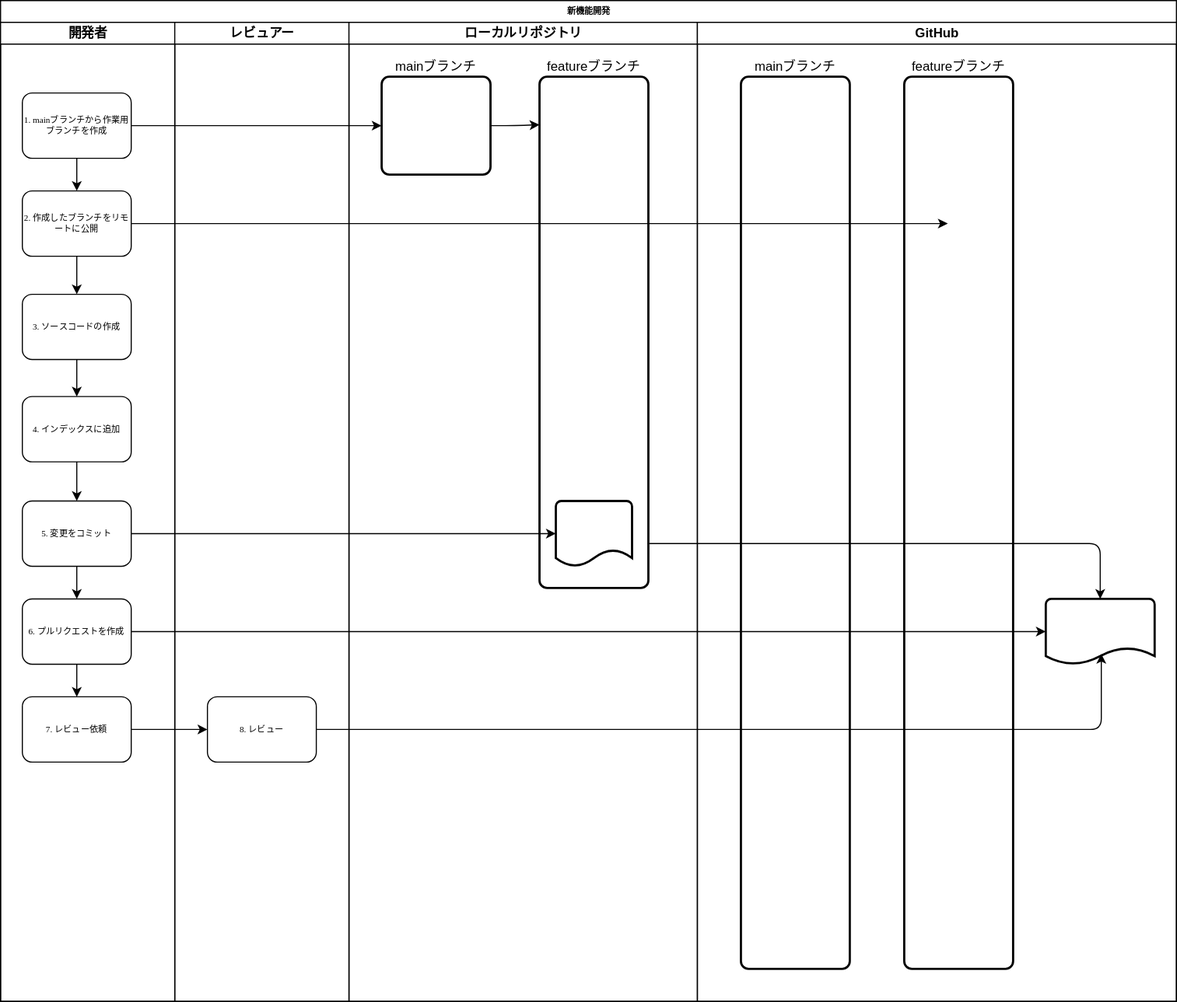
Before: docs/docs/images/github-workflow-1.drawio.svg, a diagram exported from draw.io (manmaru-okome/github-usage-documents). Source tidied: cells renumbered, new cells last; positions are measured from the earlier drawing's top-left corner, leaving out a move shared by most shapes.
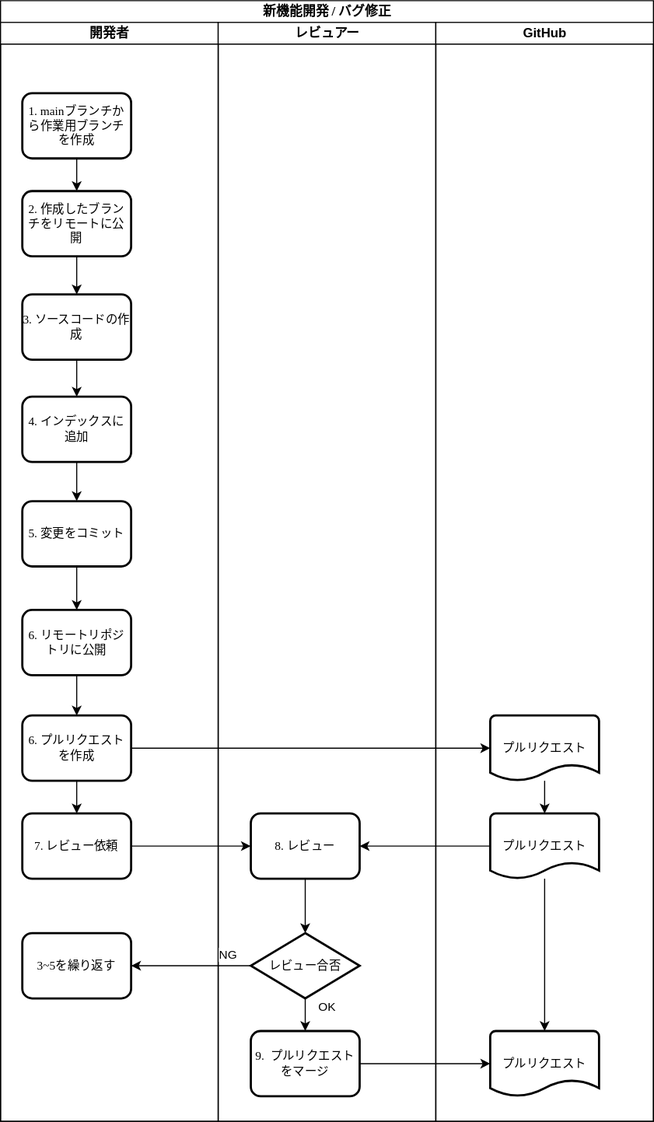
Above is the later version.

The edit, as a diff of the source:
```diff
@@ -2,114 +2,120 @@
   <root>
     <mxCell id="0" />
     <mxCell id="1" parent="0" />
-    <mxCell id="2" value="新機能開発" style="swimlane;html=1;startSize=20;rounded=0;shadow=0;labelBackgroundColor=none;strokeWidth=1;fontFamily=Verdana;fontSize=8;align=center;" parent="1" vertex="1">
-      <mxGeometry width="1080" height="920" as="geometry" />
+    <mxCell id="2" value="新機能開発 / バグ修正" style="swimlane;html=1;startSize=20;rounded=0;shadow=0;labelBackgroundColor=none;strokeWidth=1;fontFamily=Verdana;fontSize=12;align=center;" parent="1" vertex="1">
+      <mxGeometry width="600" height="1030" as="geometry" />
     </mxCell>
     <mxCell id="3" value="開発者" style="swimlane;html=1;startSize=20;" parent="2" vertex="1">
-      <mxGeometry y="20" width="160" height="900" as="geometry" />
+      <mxGeometry y="20" width="200" height="1010" as="geometry" />
     </mxCell>
     <mxCell id="4" style="edgeStyle=orthogonalEdgeStyle;html=1;exitX=0.5;exitY=1;exitDx=0;exitDy=0;entryX=0.5;entryY=0;entryDx=0;entryDy=0;" parent="3" edge="1" source="5" target="7">
       <mxGeometry relative="1" as="geometry" />
     </mxCell>
-    <mxCell id="5" value="1. mainブランチから作業用ブランチを作成" style="rounded=1;whiteSpace=wrap;html=1;shadow=0;labelBackgroundColor=none;strokeWidth=1;fontFamily=Verdana;fontSize=8;align=center;" parent="3" vertex="1">
+    <mxCell id="5" value="1. mainブランチから作業用ブランチを作成" style="rounded=1;whiteSpace=wrap;html=1;shadow=0;labelBackgroundColor=none;strokeWidth=2;fontFamily=Verdana;fontSize=11;align=center;" parent="3" vertex="1">
       <mxGeometry x="20" y="65" width="100" height="60" as="geometry" />
     </mxCell>
     <mxCell id="6" style="edgeStyle=orthogonalEdgeStyle;html=1;exitX=0.5;exitY=1;exitDx=0;exitDy=0;entryX=0.5;entryY=0;entryDx=0;entryDy=0;" parent="3" edge="1" source="7" target="9">
       <mxGeometry relative="1" as="geometry" />
     </mxCell>
-    <mxCell id="7" value="2. 作成したブランチをリモートに公開" style="rounded=1;whiteSpace=wrap;html=1;shadow=0;labelBackgroundColor=none;strokeWidth=1;fontFamily=Verdana;fontSize=8;align=center;" parent="3" vertex="1">
+    <mxCell id="7" value="2. 作成したブランチをリモートに公開" style="rounded=1;whiteSpace=wrap;html=1;shadow=0;labelBackgroundColor=none;strokeWidth=2;fontFamily=Verdana;fontSize=11;align=center;" parent="3" vertex="1">
       <mxGeometry x="20" y="155" width="100" height="60" as="geometry" />
     </mxCell>
     <mxCell id="8" style="edgeStyle=orthogonalEdgeStyle;html=1;exitX=0.5;exitY=1;exitDx=0;exitDy=0;entryX=0.5;entryY=0;entryDx=0;entryDy=0;" parent="3" edge="1" source="9" target="11">
       <mxGeometry relative="1" as="geometry" />
     </mxCell>
-    <mxCell id="9" value="3. ソースコードの作成" style="rounded=1;whiteSpace=wrap;html=1;shadow=0;labelBackgroundColor=none;strokeWidth=1;fontFamily=Verdana;fontSize=8;align=center;" parent="3" vertex="1">
+    <mxCell id="9" value="3. ソースコードの作成" style="rounded=1;whiteSpace=wrap;html=1;shadow=0;labelBackgroundColor=none;strokeWidth=2;fontFamily=Verdana;fontSize=11;align=center;" parent="3" vertex="1">
       <mxGeometry x="20" y="250" width="100" height="60" as="geometry" />
     </mxCell>
     <mxCell id="10" style="edgeStyle=orthogonalEdgeStyle;html=1;exitX=0.5;exitY=1;exitDx=0;exitDy=0;entryX=0.5;entryY=0;entryDx=0;entryDy=0;" parent="3" edge="1" source="11" target="13">
       <mxGeometry relative="1" as="geometry" />
     </mxCell>
-    <mxCell id="11" value="4. インデックスに追加" style="rounded=1;whiteSpace=wrap;html=1;shadow=0;labelBackgroundColor=none;strokeWidth=1;fontFamily=Verdana;fontSize=8;align=center;" parent="3" vertex="1">
+    <mxCell id="11" value="4. インデックスに追加" style="rounded=1;whiteSpace=wrap;html=1;shadow=0;labelBackgroundColor=none;strokeWidth=2;fontFamily=Verdana;fontSize=11;align=center;" parent="3" vertex="1">
       <mxGeometry x="20" y="344" width="100" height="60" as="geometry" />
     </mxCell>
-    <mxCell id="12" style="edgeStyle=orthogonalEdgeStyle;html=1;exitX=0.5;exitY=1;exitDx=0;exitDy=0;entryX=0.5;entryY=0;entryDx=0;entryDy=0;" parent="3" edge="1" source="13" target="15">
-      <mxGeometry relative="1" as="geometry" />
-    </mxCell>
+    <mxCell id="37" style="edgeStyle=none;html=1;exitX=0.5;exitY=1;exitDx=0;exitDy=0;entryX=0.5;entryY=0;entryDx=0;entryDy=0;fontSize=11;" parent="3" edge="1" source="13" target="40">
+      <mxGeometry relative="1" as="geometry" />
+    </mxCell>
-    <mxCell id="13" value="5. 変更をコミット" style="rounded=1;whiteSpace=wrap;html=1;shadow=0;labelBackgroundColor=none;strokeWidth=1;fontFamily=Verdana;fontSize=8;align=center;" parent="3" vertex="1">
+    <mxCell id="13" value="5. 変更をコミット" style="rounded=1;whiteSpace=wrap;html=1;shadow=0;labelBackgroundColor=none;strokeWidth=2;fontFamily=Verdana;fontSize=11;align=center;" parent="3" vertex="1">
       <mxGeometry x="20" y="440" width="100" height="60" as="geometry" />
     </mxCell>
     <mxCell id="14" style="edgeStyle=orthogonalEdgeStyle;html=1;exitX=0.5;exitY=1;exitDx=0;exitDy=0;" parent="3" edge="1" source="15" target="16">
       <mxGeometry relative="1" as="geometry" />
     </mxCell>
-    <mxCell id="15" value="6. プルリクエストを作成" style="rounded=1;whiteSpace=wrap;html=1;shadow=0;labelBackgroundColor=none;strokeWidth=1;fontFamily=Verdana;fontSize=8;align=center;" parent="3" vertex="1">
-      <mxGeometry x="20" y="530" width="100" height="60" as="geometry" />
+    <mxCell id="15" value="6. プルリクエストを作成" style="rounded=1;whiteSpace=wrap;html=1;shadow=0;labelBackgroundColor=none;strokeWidth=2;fontFamily=Verdana;fontSize=11;align=center;" parent="3" vertex="1">
+      <mxGeometry x="20" y="637" width="100" height="60" as="geometry" />
     </mxCell>
-    <mxCell id="16" value="7. レビュー依頼" style="rounded=1;whiteSpace=wrap;html=1;shadow=0;labelBackgroundColor=none;strokeWidth=1;fontFamily=Verdana;fontSize=8;align=center;" parent="3" vertex="1">
-      <mxGeometry x="20" y="620" width="100" height="60" as="geometry" />
+    <mxCell id="16" value="7. レビュー依頼" style="rounded=1;whiteSpace=wrap;html=1;shadow=0;labelBackgroundColor=none;strokeWidth=2;fontFamily=Verdana;fontSize=11;align=center;" parent="3" vertex="1">
+      <mxGeometry x="20" y="727" width="100" height="60" as="geometry" />
     </mxCell>
+    <mxCell id="38" value="3~5を繰り返す" style="rounded=1;whiteSpace=wrap;html=1;shadow=0;labelBackgroundColor=none;strokeWidth=2;fontFamily=Verdana;fontSize=11;align=center;" parent="3" vertex="1">
+      <mxGeometry x="20" y="837" width="100" height="60" as="geometry" />
+    </mxCell>
+    <mxCell id="39" style="edgeStyle=none;html=1;exitX=0.5;exitY=1;exitDx=0;exitDy=0;entryX=0.5;entryY=0;entryDx=0;entryDy=0;fontSize=11;" parent="3" edge="1" source="40" target="15">
+      <mxGeometry relative="1" as="geometry" />
+    </mxCell>
+    <mxCell id="40" value="6. リモートリポジトリに公開" style="rounded=1;whiteSpace=wrap;html=1;shadow=0;labelBackgroundColor=none;strokeWidth=2;fontFamily=Verdana;fontSize=11;align=center;" parent="3" vertex="1">
+      <mxGeometry x="20" y="540" width="100" height="60" as="geometry" />
+    </mxCell>
     <mxCell id="17" value="レビュアー" style="swimlane;html=1;startSize=20;" parent="2" vertex="1">
-      <mxGeometry x="160" y="20" width="160" height="900" as="geometry" />
+      <mxGeometry x="200" y="20" width="200" height="1010" as="geometry" />
     </mxCell>
+    <mxCell id="41" style="edgeStyle=none;html=1;exitX=0.5;exitY=1;exitDx=0;exitDy=0;entryX=0.5;entryY=0;entryDx=0;entryDy=0;entryPerimeter=0;fontSize=8;" parent="17" edge="1" source="18" target="44">
+      <mxGeometry relative="1" as="geometry" />
+    </mxCell>
-    <mxCell id="18" value="8. レビュー" style="rounded=1;whiteSpace=wrap;html=1;shadow=0;labelBackgroundColor=none;strokeWidth=1;fontFamily=Verdana;fontSize=8;align=center;" parent="17" vertex="1">
-      <mxGeometry x="30" y="620" width="100" height="60" as="geometry" />
+    <mxCell id="18" value="8. レビュー" style="rounded=1;whiteSpace=wrap;html=1;shadow=0;labelBackgroundColor=none;strokeWidth=2;fontFamily=Verdana;fontSize=11;align=center;" parent="17" vertex="1">
+      <mxGeometry x="30" y="727" width="100" height="60" as="geometry" />
     </mxCell>
+    <mxCell id="42" style="edgeStyle=none;html=1;exitX=0.5;exitY=1;exitDx=0;exitDy=0;exitPerimeter=0;entryX=0.5;entryY=0;entryDx=0;entryDy=0;fontSize=8;" parent="17" edge="1" source="44" target="45">
+      <mxGeometry relative="1" as="geometry" />
+    </mxCell>
+    <mxCell id="43" value="OK" style="edgeLabel;html=1;align=center;verticalAlign=middle;fontSize=11;" parent="42" vertex="1">
+      <mxGeometry x="-0.53" y="1" relative="1" as="geometry">
+        <mxPoint x="19" as="offset" />
+      </mxGeometry>
+    </mxCell>
+    <mxCell id="44" value="レビュー合否" style="strokeWidth=2;html=1;shape=mxgraph.flowchart.decision;whiteSpace=wrap;fontSize=11;" parent="17" vertex="1">
+      <mxGeometry x="30" y="837" width="100" height="60" as="geometry" />
+    </mxCell>
+    <mxCell id="45" value="9.&amp;nbsp; プルリクエストをマージ" style="rounded=1;whiteSpace=wrap;html=1;shadow=0;labelBackgroundColor=none;strokeWidth=2;fontFamily=Verdana;fontSize=11;align=center;" parent="17" vertex="1">
+      <mxGeometry x="30" y="927" width="100" height="60" as="geometry" />
+    </mxCell>
-    <mxCell id="19" value="ローカルリポジトリ" style="swimlane;html=1;startSize=20;" parent="2" vertex="1">
-      <mxGeometry x="320" y="20" width="320" height="900" as="geometry" />
+    <mxCell id="19" value="GitHub" style="swimlane;html=1;startSize=20;" parent="2" vertex="1">
+      <mxGeometry x="400" y="20" width="200" height="1010" as="geometry" />
     </mxCell>
-    <mxCell id="20" style="strokeWidth=2;html=1;shape=mxgraph.flowchart.database;whiteSpace=wrap;" parent="19" vertex="1">
-      <mxGeometry x="60" y="65" width="60" height="60" as="geometry" />
-    </mxCell>
-    <mxCell id="21" style="strokeWidth=2;html=1;shape=mxgraph.flowchart.database;whiteSpace=wrap;" parent="19" vertex="1">
-      <mxGeometry x="195" y="440" width="60" height="60" as="geometry" />
-    </mxCell>
-    <mxCell id="22" value="mainブランチ" style="rounded=1;whiteSpace=wrap;html=1;absoluteArcSize=1;arcSize=14;strokeWidth=2;labelPosition=center;verticalLabelPosition=top;align=center;verticalAlign=bottom;" parent="19" vertex="1">
-      <mxGeometry x="30" y="50" width="100" height="90" as="geometry" />
-    </mxCell>
-    <mxCell id="23" value="featureブランチ" style="rounded=1;whiteSpace=wrap;html=1;absoluteArcSize=1;arcSize=14;strokeWidth=2;labelPosition=center;verticalLabelPosition=top;align=center;verticalAlign=bottom;" parent="19" vertex="1">
-      <mxGeometry x="175" y="50" width="100" height="470" as="geometry" />
-    </mxCell>
-    <mxCell id="24" style="edgeStyle=orthogonalEdgeStyle;html=1;exitX=1;exitY=0.5;exitDx=0;exitDy=0;entryX=0;entryY=0.094;entryDx=0;entryDy=0;entryPerimeter=0;" parent="19" edge="1" source="22" target="23">
-      <mxGeometry relative="1" as="geometry" />
-    </mxCell>
-    <mxCell id="25" style="strokeWidth=2;html=1;shape=mxgraph.flowchart.document2;whiteSpace=wrap;size=0.25;" parent="19" vertex="1">
-      <mxGeometry x="190" y="440" width="70" height="60" as="geometry" />
-    </mxCell>
-    <mxCell id="26" value="GitHub" style="swimlane;html=1;startSize=20;" parent="2" vertex="1">
-      <mxGeometry x="640" y="20" width="440" height="900" as="geometry" />
-    </mxCell>
+    <mxCell id="46" style="edgeStyle=none;html=1;entryX=0.5;entryY=0;entryDx=0;entryDy=0;entryPerimeter=0;fontSize=8;" parent="19" edge="1" source="27" target="49">
+      <mxGeometry relative="1" as="geometry" />
+    </mxCell>
-    <mxCell id="27" style="strokeWidth=2;html=1;shape=mxgraph.flowchart.document2;whiteSpace=wrap;size=0.25;" parent="26" vertex="1">
-      <mxGeometry x="320" y="530" width="100" height="60" as="geometry" />
+    <mxCell id="27" value="プルリクエスト" style="strokeWidth=2;html=1;shape=mxgraph.flowchart.document2;whiteSpace=wrap;size=0.25;fontSize=11;" parent="19" vertex="1">
+      <mxGeometry x="50" y="637" width="100" height="60" as="geometry" />
     </mxCell>
-    <mxCell id="28" value="mainブランチ" style="rounded=1;whiteSpace=wrap;html=1;absoluteArcSize=1;arcSize=14;strokeWidth=2;labelPosition=center;verticalLabelPosition=top;align=center;verticalAlign=bottom;" parent="26" vertex="1">
-      <mxGeometry x="40" y="50" width="100" height="820" as="geometry" />
-    </mxCell>
-    <mxCell id="29" value="featureブランチ" style="rounded=1;whiteSpace=wrap;html=1;absoluteArcSize=1;arcSize=14;strokeWidth=2;labelPosition=center;verticalLabelPosition=top;align=center;verticalAlign=bottom;" parent="26" vertex="1">
-      <mxGeometry x="190" y="50" width="100" height="820" as="geometry" />
-    </mxCell>
-    <mxCell id="30" style="edgeStyle=none;html=1;exitX=1;exitY=0.5;exitDx=0;exitDy=0;entryX=0;entryY=0.5;entryDx=0;entryDy=0;entryPerimeter=0;" parent="2" edge="1" source="7">
-      <mxGeometry relative="1" as="geometry">
-        <mxPoint x="870" y="205" as="targetPoint" />
-      </mxGeometry>
-    </mxCell>
-    <mxCell id="31" style="edgeStyle=orthogonalEdgeStyle;html=1;exitX=1;exitY=0.5;exitDx=0;exitDy=0;" parent="2" edge="1" source="13">
-      <mxGeometry relative="1" as="geometry">
-        <mxPoint x="510" y="490" as="targetPoint" />
-      </mxGeometry>
-    </mxCell>
+    <mxCell id="47" value="プルリクエスト" style="strokeWidth=2;html=1;shape=mxgraph.flowchart.document2;whiteSpace=wrap;size=0.25;fontSize=11;" parent="19" vertex="1">
+      <mxGeometry x="50" y="927" width="100" height="60" as="geometry" />
+    </mxCell>
+    <mxCell id="48" style="edgeStyle=none;html=1;entryX=0.5;entryY=0;entryDx=0;entryDy=0;entryPerimeter=0;fontSize=8;" parent="19" edge="1" source="49" target="47">
+      <mxGeometry relative="1" as="geometry" />
+    </mxCell>
+    <mxCell id="49" value="プルリクエスト" style="strokeWidth=2;html=1;shape=mxgraph.flowchart.document2;whiteSpace=wrap;size=0.25;fontSize=11;" parent="19" vertex="1">
+      <mxGeometry x="50" y="727" width="100" height="60" as="geometry" />
+    </mxCell>
     <mxCell id="32" style="edgeStyle=orthogonalEdgeStyle;html=1;exitX=1;exitY=0.5;exitDx=0;exitDy=0;entryX=0;entryY=0.5;entryDx=0;entryDy=0;entryPerimeter=0;" parent="2" edge="1" source="15" target="27">
       <mxGeometry relative="1" as="geometry" />
     </mxCell>
     <mxCell id="33" style="edgeStyle=orthogonalEdgeStyle;html=1;exitX=1;exitY=0.5;exitDx=0;exitDy=0;entryX=0;entryY=0.5;entryDx=0;entryDy=0;" parent="2" edge="1" source="16" target="18">
       <mxGeometry relative="1" as="geometry" />
     </mxCell>
-    <mxCell id="34" style="edgeStyle=orthogonalEdgeStyle;html=1;exitX=1;exitY=0.5;exitDx=0;exitDy=0;entryX=0.51;entryY=0.842;entryDx=0;entryDy=0;entryPerimeter=0;" parent="2" edge="1" source="18" target="27">
+    <mxCell id="34" style="edgeStyle=orthogonalEdgeStyle;html=1;entryX=1;entryY=0.5;entryDx=0;entryDy=0;exitX=0;exitY=0.5;exitDx=0;exitDy=0;exitPerimeter=0;" parent="2" edge="1" source="49" target="18">
       <mxGeometry relative="1" as="geometry" />
     </mxCell>
-    <mxCell id="35" style="edgeStyle=orthogonalEdgeStyle;html=1;exitX=1;exitY=0.5;exitDx=0;exitDy=0;entryX=0;entryY=0.5;entryDx=0;entryDy=0;" parent="2" edge="1" source="5" target="22">
-      <mxGeometry relative="1" as="geometry" />
-    </mxCell>
-    <mxCell id="36" style="edgeStyle=orthogonalEdgeStyle;html=1;entryX=0.5;entryY=0;entryDx=0;entryDy=0;entryPerimeter=0;exitX=1.01;exitY=0.913;exitDx=0;exitDy=0;exitPerimeter=0;" parent="2" edge="1" source="23" target="27">
-      <mxGeometry relative="1" as="geometry" />
-    </mxCell>
+    <mxCell id="50" style="edgeStyle=none;html=1;entryX=1;entryY=0.5;entryDx=0;entryDy=0;fontSize=8;" parent="2" edge="1" source="44" target="38">
+      <mxGeometry relative="1" as="geometry" />
+    </mxCell>
+    <mxCell id="51" value="NG" style="edgeLabel;html=1;align=center;verticalAlign=middle;fontSize=11;" parent="50" vertex="1">
+      <mxGeometry x="-0.43" y="1" relative="1" as="geometry">
+        <mxPoint x="10" y="-11" as="offset" />
+      </mxGeometry>
+    </mxCell>
+    <mxCell id="52" style="edgeStyle=none;html=1;exitX=1;exitY=0.5;exitDx=0;exitDy=0;fontSize=8;entryX=0;entryY=0.5;entryDx=0;entryDy=0;entryPerimeter=0;" parent="2" edge="1" source="45" target="47">
+      <mxGeometry relative="1" as="geometry" />
+    </mxCell>
   </root>
 </mxGraphModel>
```
